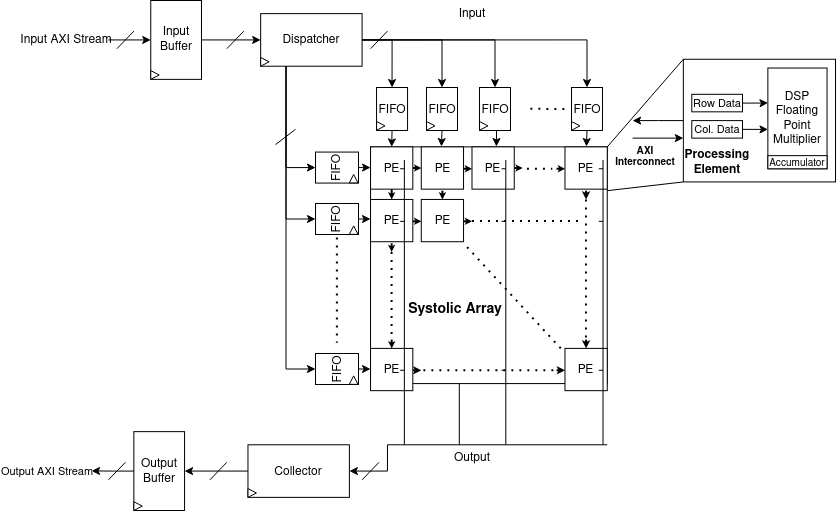
Before: diagrams/sys_array_buffs.png, a diagram exported from draw.io (hassan-alawi/FlexArray). Source tidied: cells renumbered, new cells last; positions are measured from the earlier drawing's top-left corner, leaving out a move shared by most shapes.
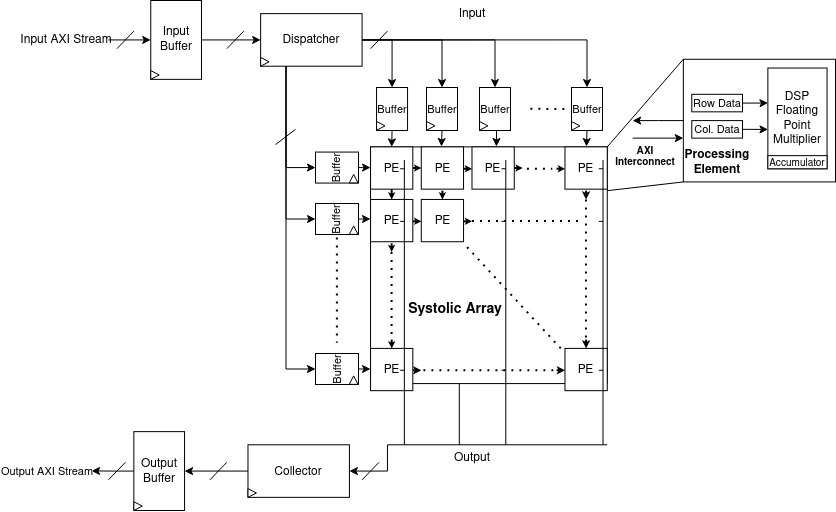
The same diagram one commit later.

What changed in the source:
```diff
@@ -469,7 +469,7 @@
     <mxCell id="106" style="triangle;whiteSpace=wrap;html=1;rotation=-90;" parent="104" vertex="1">
       <mxGeometry x="33.9" y="25.2" width="8.5" height="8.8" as="geometry" />
     </mxCell>
-    <mxCell id="107" value="FIFO" style="text;html=1;align=center;verticalAlign=middle;whiteSpace=wrap;rounded=0;rotation=-90;" parent="104" vertex="1">
+    <mxCell id="107" value="&lt;font style=&quot;font-size: 11px;&quot;&gt;Buffer&lt;/font&gt;" style="text;html=1;align=center;verticalAlign=middle;whiteSpace=wrap;rounded=0;rotation=-90;" parent="104" vertex="1">
       <mxGeometry x="3" y="8" width="37" height="21" as="geometry" />
     </mxCell>
     <mxCell id="108" style="edgeStyle=orthogonalEdgeStyle;rounded=0;jettySize=auto;html=1;exitX=1;exitY=0.5;exitDx=0;exitDy=0;entryX=0;entryY=0.5;entryDx=0;entryDy=0;" parent="1" edge="1" source="105" target="22">
@@ -484,7 +484,7 @@
     <mxCell id="111" style="triangle;whiteSpace=wrap;html=1;rotation=-90;" parent="109" vertex="1">
       <mxGeometry x="33.9" y="25.2" width="8.5" height="8.8" as="geometry" />
     </mxCell>
-    <mxCell id="112" value="FIFO" style="text;html=1;align=center;verticalAlign=middle;whiteSpace=wrap;rounded=0;rotation=-90;" parent="109" vertex="1">
+    <mxCell id="112" value="&lt;font style=&quot;font-size: 11px;&quot;&gt;Buffer&lt;/font&gt;" style="text;html=1;align=center;verticalAlign=middle;whiteSpace=wrap;rounded=0;rotation=-90;" parent="109" vertex="1">
       <mxGeometry x="3" y="8" width="37" height="21" as="geometry" />
     </mxCell>
     <mxCell id="113" style="edgeStyle=orthogonalEdgeStyle;rounded=0;jettySize=auto;html=1;exitX=1;exitY=0.5;exitDx=0;exitDy=0;entryX=0;entryY=0.5;entryDx=0;entryDy=0;" parent="1" edge="1" source="110">
@@ -501,7 +501,7 @@
     <mxCell id="116" style="triangle;whiteSpace=wrap;html=1;rotation=-90;" parent="114" vertex="1">
       <mxGeometry x="33.9" y="25.2" width="8.5" height="8.8" as="geometry" />
     </mxCell>
-    <mxCell id="117" value="FIFO" style="text;html=1;align=center;verticalAlign=middle;whiteSpace=wrap;rounded=0;rotation=-90;" parent="114" vertex="1">
+    <mxCell id="117" value="&lt;font style=&quot;font-size: 11px;&quot;&gt;Buffer&lt;/font&gt;" style="text;html=1;align=center;verticalAlign=middle;whiteSpace=wrap;rounded=0;rotation=-90;" parent="114" vertex="1">
       <mxGeometry x="3" y="8" width="37" height="21" as="geometry" />
     </mxCell>
     <mxCell id="118" style="edgeStyle=orthogonalEdgeStyle;rounded=0;jettySize=auto;html=1;exitX=1;exitY=0.5;exitDx=0;exitDy=0;entryX=0;entryY=0.5;entryDx=0;entryDy=0;" parent="1" edge="1" source="115">
@@ -518,7 +518,7 @@
     <mxCell id="121" style="triangle;whiteSpace=wrap;html=1;rotation=0;" parent="119" vertex="1">
       <mxGeometry x="6" y="31" width="8.5" height="8.8" as="geometry" />
     </mxCell>
-    <mxCell id="122" value="FIFO" style="text;html=1;align=center;verticalAlign=middle;whiteSpace=wrap;rounded=0;rotation=0;" parent="119" vertex="1">
+    <mxCell id="122" value="&lt;font style=&quot;font-size: 11px;&quot;&gt;Buffer&lt;/font&gt;" style="text;html=1;align=center;verticalAlign=middle;whiteSpace=wrap;rounded=0;rotation=0;" parent="119" vertex="1">
       <mxGeometry x="3" y="8" width="37" height="21" as="geometry" />
     </mxCell>
     <mxCell id="123" style="edgeStyle=orthogonalEdgeStyle;rounded=0;jettySize=auto;html=1;exitX=1;exitY=0.5;exitDx=0;exitDy=0;entryX=0.5;entryY=0;entryDx=0;entryDy=0;" parent="1" edge="1" source="120" target="22">
@@ -533,7 +533,7 @@
     <mxCell id="126" style="triangle;whiteSpace=wrap;html=1;rotation=0;" parent="124" vertex="1">
       <mxGeometry x="6" y="31" width="8.5" height="8.8" as="geometry" />
     </mxCell>
-    <mxCell id="127" value="FIFO" style="text;html=1;align=center;verticalAlign=middle;whiteSpace=wrap;rounded=0;rotation=0;" parent="124" vertex="1">
+    <mxCell id="127" value="&lt;font style=&quot;font-size: 11px;&quot;&gt;Buffer&lt;/font&gt;" style="text;html=1;align=center;verticalAlign=middle;whiteSpace=wrap;rounded=0;rotation=0;" parent="124" vertex="1">
       <mxGeometry x="3" y="8" width="37" height="21" as="geometry" />
     </mxCell>
     <mxCell id="128" style="edgeStyle=orthogonalEdgeStyle;rounded=0;jettySize=auto;html=1;exitX=1;exitY=0.5;exitDx=0;exitDy=0;entryX=0.5;entryY=0;entryDx=0;entryDy=0;" parent="1" edge="1" source="125">
@@ -550,7 +550,7 @@
     <mxCell id="131" style="triangle;whiteSpace=wrap;html=1;rotation=0;" parent="129" vertex="1">
       <mxGeometry x="6" y="31" width="8.5" height="8.8" as="geometry" />
     </mxCell>
-    <mxCell id="132" value="FIFO" style="text;html=1;align=center;verticalAlign=middle;whiteSpace=wrap;rounded=0;rotation=0;" parent="129" vertex="1">
+    <mxCell id="132" value="&lt;font style=&quot;font-size: 11px;&quot;&gt;Buffer&lt;/font&gt;" style="text;html=1;align=center;verticalAlign=middle;whiteSpace=wrap;rounded=0;rotation=0;" parent="129" vertex="1">
       <mxGeometry x="3" y="8" width="37" height="21" as="geometry" />
     </mxCell>
     <mxCell id="133" style="edgeStyle=orthogonalEdgeStyle;rounded=0;jettySize=auto;html=1;exitX=1;exitY=0.5;exitDx=0;exitDy=0;entryX=0.5;entryY=0;entryDx=0;entryDy=0;" parent="1" edge="1" source="130">
@@ -567,7 +567,7 @@
     <mxCell id="136" style="triangle;whiteSpace=wrap;html=1;rotation=0;" parent="134" vertex="1">
       <mxGeometry x="6" y="31" width="8.5" height="8.8" as="geometry" />
     </mxCell>
-    <mxCell id="137" value="FIFO" style="text;html=1;align=center;verticalAlign=middle;whiteSpace=wrap;rounded=0;rotation=0;" parent="134" vertex="1">
+    <mxCell id="137" value="&lt;font style=&quot;font-size: 11px;&quot;&gt;Buffer&lt;/font&gt;" style="text;html=1;align=center;verticalAlign=middle;whiteSpace=wrap;rounded=0;rotation=0;" parent="134" vertex="1">
       <mxGeometry x="3" y="8" width="37" height="21" as="geometry" />
     </mxCell>
     <mxCell id="138" style="edgeStyle=orthogonalEdgeStyle;rounded=0;jettySize=auto;html=1;exitX=1;exitY=0.5;exitDx=0;exitDy=0;entryX=0.5;entryY=0;entryDx=0;entryDy=0;" parent="1" edge="1" source="135">
```
